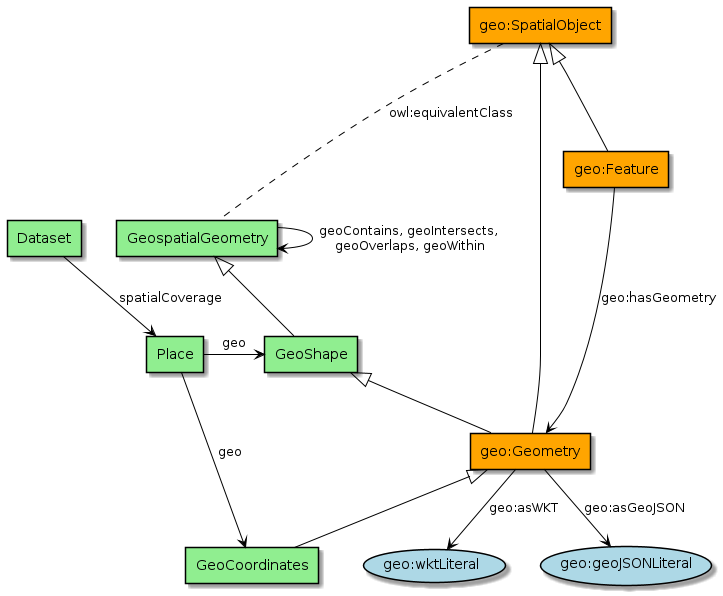
Before: series/diagrams/Geometry.png, a diagram exported from PlantUML (eovoc/eo-on-schema.org). The source it was exported from:
```plantuml
@startuml
!define Class agent
!define Property usecase

skinparam Property {
BackgroundColor LightBlue
BorderColor Black
  ArrowColor Black
  linetype Ortho
}

skinparam Class {
BackgroundColor LightGreen
BorderColor Black
ArrowColor Black
linetype Ortho
}

Class Dataset
Class Place
Class GeospatialGeometry
Class GeoCoordinates
Class GeoShape

Class "geo:SpatialObject" as geo_SpatialObject #orange
Class "geo:Geometry"  as geo_Geometry #orange
Class "geo:Feature"  as geo_Feature #orange



Dataset -down-> Place : "spatialCoverage"
Place -right-> GeoCoordinates : "geo"
Place -right-> GeoShape : "geo"
GeospatialGeometry --> GeospatialGeometry : "geoContains, geoIntersects,\n geoOverlaps, geoWithin"

geo_Geometry --> (geo:wktLiteral) : "geo:asWKT"
geo_Geometry --> (geo:geoJSONLiteral) : "geo:asGeoJSON"


geo_Geometry -up-|> GeoShape
geo_Geometry <|-- GeoCoordinates

geo_Geometry -up-|> geo_SpatialObject
geo_Feature -up-|> geo_SpatialObject

geo_Feature ---> geo_Geometry : "geo:hasGeometry"

GeoShape -up-|> GeospatialGeometry

geo_SpatialObject ... GeospatialGeometry : "owl:equivalentClass"
@enduml
```
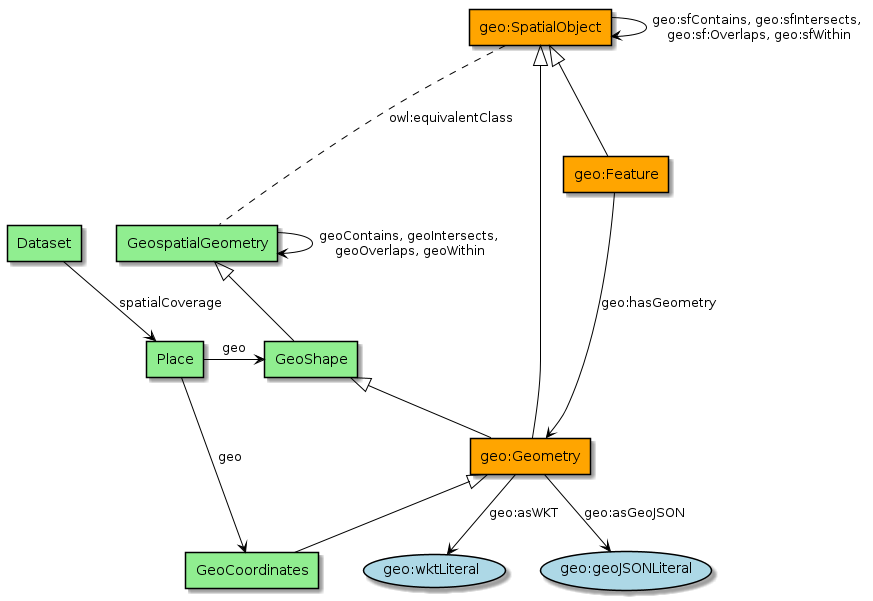
Later version of the same file.

Change to the diagram source:
```diff
@@ -48,4 +48,6 @@
 GeoShape -up-|> GeospatialGeometry
 
 geo_SpatialObject ... GeospatialGeometry : "owl:equivalentClass"
+
+geo_SpatialObject --> geo_SpatialObject : "geo:sfContains, geo:sfIntersects,\n geo:sf:Overlaps, geo:sfWithin"
 @enduml
```
